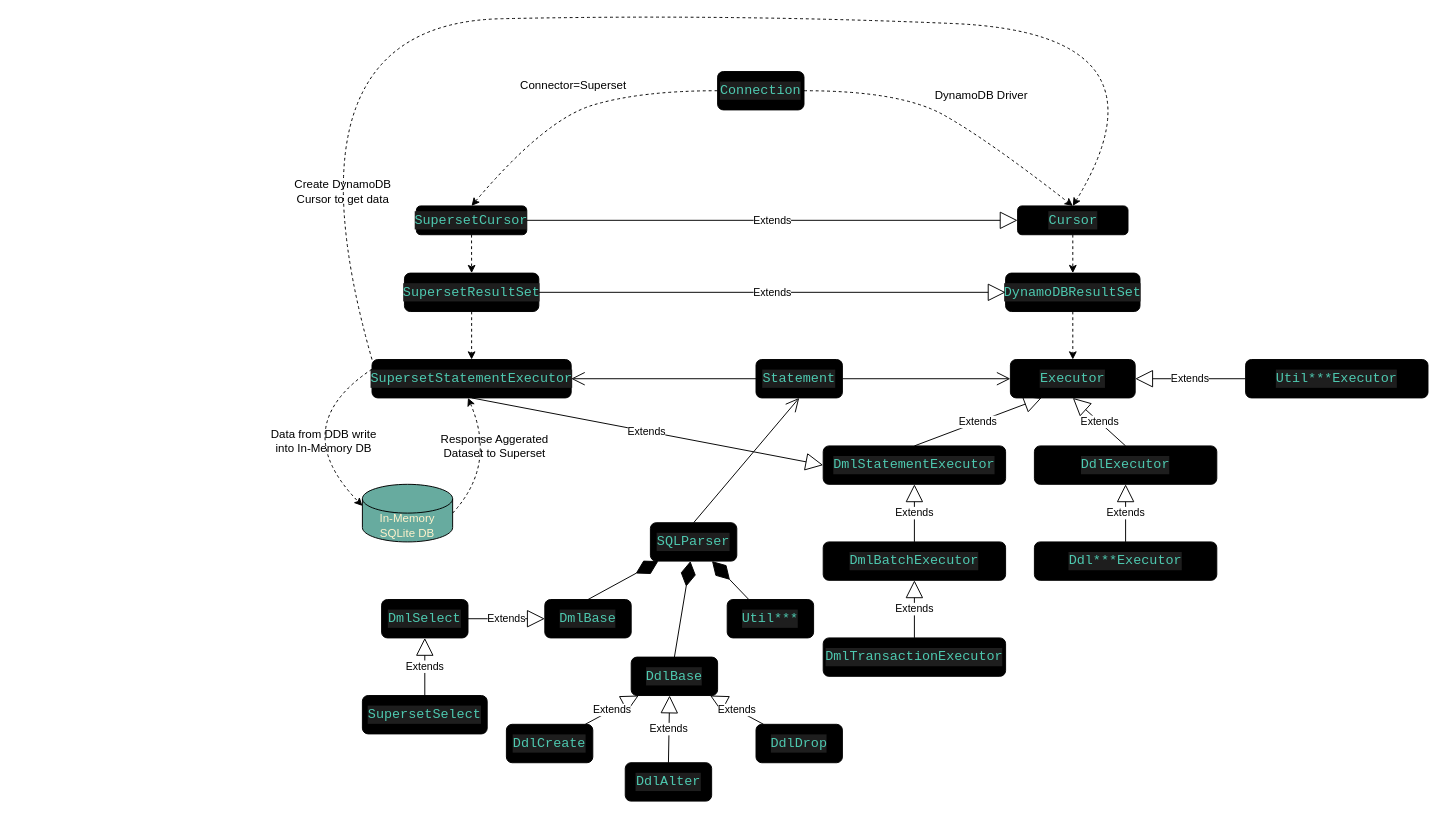
Above: PyDynamoDB.drawio in passren/docs (draw.io), before the change. Source tidied: cells renumbered, new cells numbered last; positions are measured from the earlier drawing's top-left corner, leaving out a move shared by most shapes. Both pictures are drawn from the tidied source at 96%, with x=0, y=0 at pixel (266, 13).
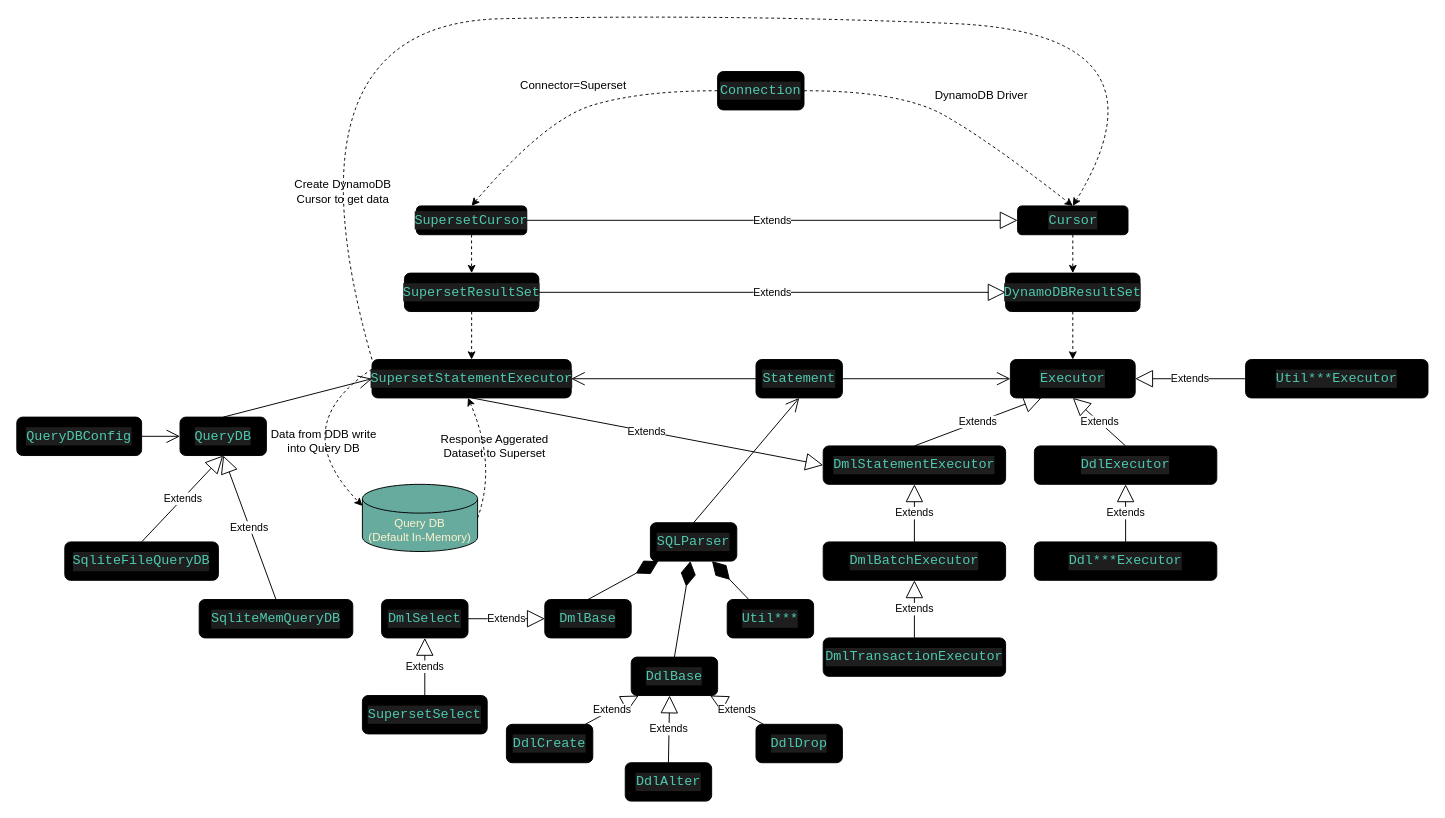
The same diagram, later.

The change refers to these unchanged cells:
```xml
<mxCell id="5" value="&lt;div style=&quot;color: rgb(212, 212, 212); background-color: rgb(30, 30, 30); font-family: Consolas, &amp;quot;Courier New&amp;quot;, monospace; font-size: 14px; line-height: 19px;&quot;&gt;&lt;div style=&quot;line-height: 19px;&quot;&gt;&lt;span style=&quot;color: #4ec9b0;&quot;&gt;SupersetStatementExecutor&lt;/span&gt;&lt;/div&gt;&lt;/div&gt;" style="rounded=1;whiteSpace=wrap;html=1;fillColor=#000000;" parent="1" vertex="1">
  <mxGeometry x="110" y="360" width="207.5" height="40" as="geometry" />
</mxCell>
```

Diff of the diagram source:
```diff
@@
-    <mxCell id="38" value="In-Memory SQLite DB" style="shape=cylinder3;whiteSpace=wrap;html=1;boundedLbl=1;backgroundOutline=1;size=15;fillColor=#67AB9F;fontColor=#FFF2CC;" parent="1" vertex="1">
-      <mxGeometry x="100" y="490" width="94" height="60" as="geometry" />
+    <mxCell id="38" value="Query DB&lt;br&gt;(Default In-Memory)" style="shape=cylinder3;whiteSpace=wrap;html=1;boundedLbl=1;backgroundOutline=1;size=15;fillColor=#67AB9F;fontColor=#FFF2CC;" parent="1" vertex="1">
+      <mxGeometry x="100" y="490" width="120" height="70" as="geometry" />
     </mxCell>
@@
-    <mxCell id="40" value="Data from DDB write into In-Memory DB" style="text;html=1;strokeColor=none;fillColor=none;align=center;verticalAlign=middle;whiteSpace=wrap;rounded=0;" parent="1" vertex="1">
+    <mxCell id="40" value="Data from DDB write into Query DB" style="text;html=1;strokeColor=none;fillColor=none;align=center;verticalAlign=middle;whiteSpace=wrap;rounded=0;" parent="1" vertex="1">
       <mxGeometry y="430" width="120" height="30" as="geometry" />
     </mxCell>
@@
+    <mxCell id="60" value="&lt;div style=&quot;color: rgb(212, 212, 212); background-color: rgb(30, 30, 30); font-family: Consolas, &amp;quot;Courier New&amp;quot;, monospace; font-size: 14px; line-height: 19px;&quot;&gt;&lt;div style=&quot;line-height: 19px;&quot;&gt;&lt;span style=&quot;color: #4ec9b0;&quot;&gt;QueryDB&lt;/span&gt;&lt;/div&gt;&lt;/div&gt;" style="rounded=1;whiteSpace=wrap;html=1;fillColor=#000000;" parent="1" vertex="1">
+      <mxGeometry x="-90" y="420" width="90" height="40" as="geometry" />
+    </mxCell>
+    <mxCell id="61" value="&lt;div style=&quot;color: rgb(212, 212, 212); background-color: rgb(30, 30, 30); font-family: Consolas, &amp;quot;Courier New&amp;quot;, monospace; font-size: 14px; line-height: 19px;&quot;&gt;&lt;div style=&quot;line-height: 19px;&quot;&gt;&lt;span style=&quot;color: #4ec9b0;&quot;&gt;QueryDBConfig&lt;/span&gt;&lt;/div&gt;&lt;/div&gt;" style="rounded=1;whiteSpace=wrap;html=1;fillColor=#000000;" parent="1" vertex="1">
+      <mxGeometry x="-260" y="420" width="130" height="40" as="geometry" />
+    </mxCell>
+    <mxCell id="62" value="&lt;div style=&quot;background-color: rgb(30, 30, 30); line-height: 19px;&quot;&gt;&lt;div style=&quot;line-height: 19px;&quot;&gt;&lt;font face=&quot;Consolas, Courier New, monospace&quot; color=&quot;#4ec9b0&quot;&gt;&lt;span style=&quot;font-size: 14px;&quot;&gt;SqliteFileQueryDB&lt;/span&gt;&lt;/font&gt;&lt;br&gt;&lt;/div&gt;&lt;/div&gt;" style="rounded=1;whiteSpace=wrap;html=1;fillColor=#000000;" parent="1" vertex="1">
+      <mxGeometry x="-210" y="550" width="160" height="40" as="geometry" />
+    </mxCell>
+    <mxCell id="63" value="&lt;div style=&quot;background-color: rgb(30, 30, 30); line-height: 19px;&quot;&gt;&lt;div style=&quot;line-height: 19px;&quot;&gt;&lt;font face=&quot;Consolas, Courier New, monospace&quot; color=&quot;#4ec9b0&quot;&gt;&lt;span style=&quot;font-size: 14px;&quot;&gt;SqliteMemQueryDB&lt;/span&gt;&lt;/font&gt;&lt;br&gt;&lt;/div&gt;&lt;/div&gt;" style="rounded=1;whiteSpace=wrap;html=1;fillColor=#000000;" parent="1" vertex="1">
+      <mxGeometry x="-70" y="610" width="160" height="40" as="geometry" />
+    </mxCell>
+    <mxCell id="64" value="Extends" style="endArrow=block;endSize=16;endFill=0;html=1;rounded=0;exitX=0.5;exitY=0;exitDx=0;exitDy=0;entryX=0.5;entryY=1;entryDx=0;entryDy=0;" parent="1" edge="1" source="62" target="60">
+      <mxGeometry relative="1" as="geometry" />
+    </mxCell>
+    <mxCell id="65" value="Extends" style="endArrow=block;endSize=16;endFill=0;html=1;rounded=0;exitX=0.5;exitY=0;exitDx=0;exitDy=0;entryX=0.5;entryY=1;entryDx=0;entryDy=0;" parent="1" edge="1" source="63" target="60">
+      <mxGeometry relative="1" as="geometry" />
+    </mxCell>
+    <mxCell id="66" style="endArrow=open;endFill=1;endSize=12;html=1;rounded=0;entryX=0;entryY=0.5;entryDx=0;entryDy=0;exitX=0.5;exitY=0;exitDx=0;exitDy=0;" parent="1" edge="1" source="60" target="5">
+      <mxGeometry relative="1" as="geometry" />
+    </mxCell>
+    <mxCell id="67" style="endArrow=open;endFill=1;endSize=12;html=1;rounded=0;entryX=0;entryY=0.5;entryDx=0;entryDy=0;exitX=1;exitY=0.5;exitDx=0;exitDy=0;" parent="1" edge="1" source="61" target="60">
+      <mxGeometry relative="1" as="geometry" />
+    </mxCell>
```
